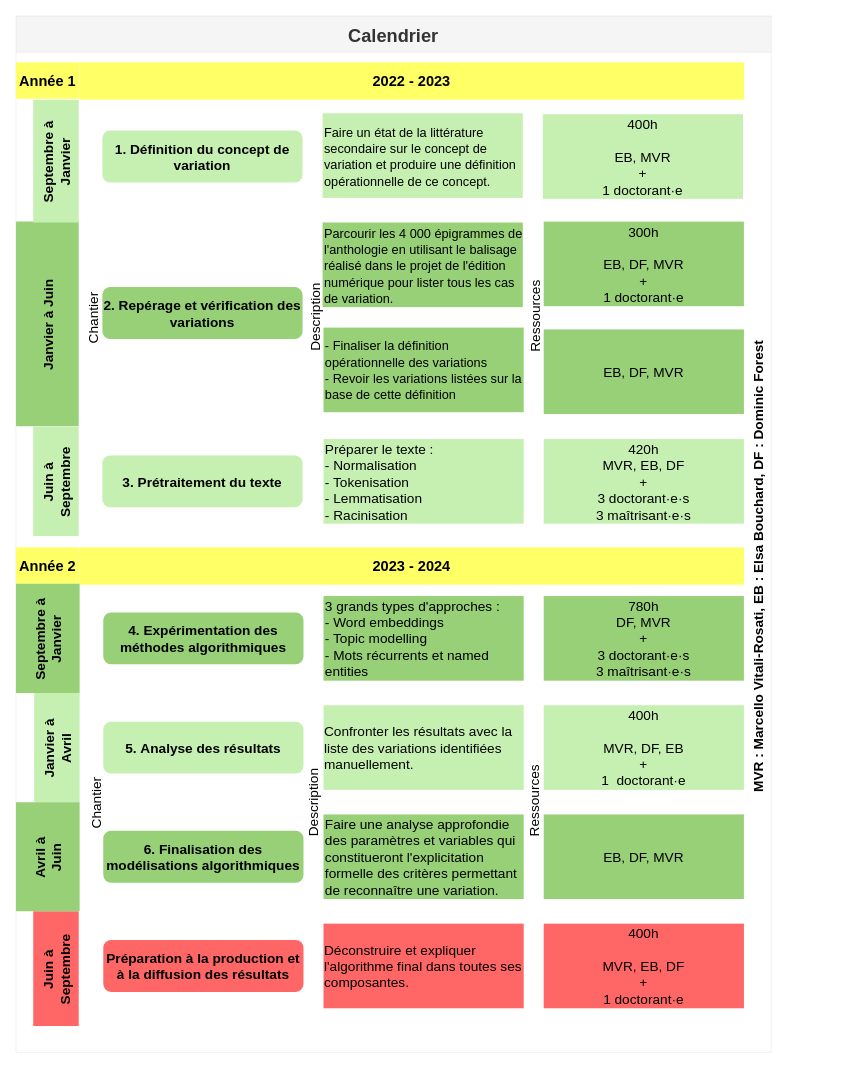
This is page "Page-1" (1 of 2) of test Diagram.drawio from RochDLY/drawAAP, a draw.io file, before an edit. Source tidied: cells renumbered, new cells numbered last; positions are measured from the earlier drawing's top-left corner, leaving out a move shared by most shapes. Both pictures are drawn from the tidied source at 91%, with x=0, y=0 at pixel (-115, 15).
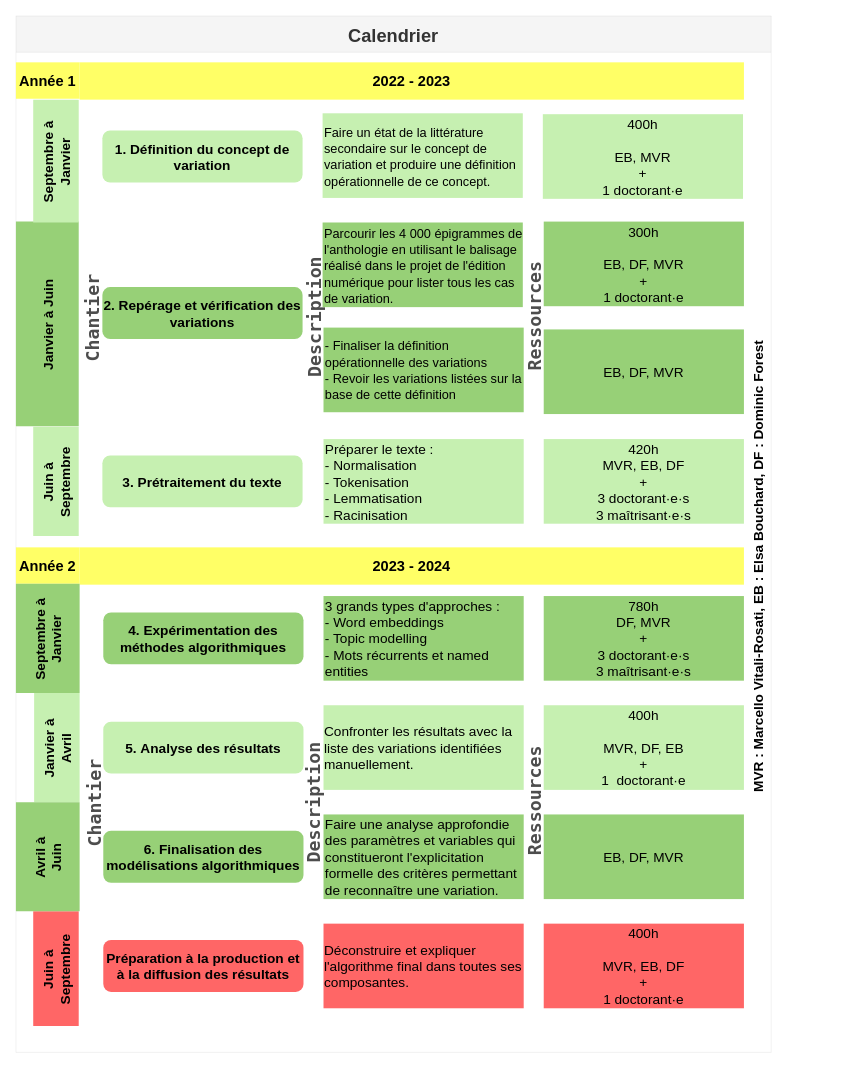
After the change.

Unchanged cells that the change refers to:
```xml
<mxCell id="23" value="Janvier à Juin" style="swimlane;horizontal=0;startSize=69;fontSize=15;strokeWidth=1;strokeColor=none;fillColor=#97D077;" parent="1" vertex="1">
  <mxGeometry x="143" y="226" width="800" height="225" as="geometry" />
</mxCell>
<mxCell id="36" value="Avril à&#10;Juin" style="swimlane;horizontal=0;startSize=70;fontSize=15;strokeWidth=1;strokeColor=none;fillColor=#97D077;" parent="1" vertex="1">
  <mxGeometry x="143" y="864" width="920" height="120" as="geometry" />
</mxCell>
```

The edit, as a diff of the source:
```diff
@@
-    <mxCell id="28" value="&lt;font style=&quot;font-size: 15px&quot;&gt;&lt;font style=&quot;font-size: 15px&quot;&gt;Ressources&lt;br&gt;&lt;/font&gt;&lt;/font&gt;" style="rounded=0;whiteSpace=wrap;html=1;strokeColor=none;rotation=-90;fillColor=none;" parent="23" vertex="1">
-      <mxGeometry x="342" y="94" width="457" height="20" as="geometry" />
+    <mxCell id="28" value="&lt;font style=&quot;font-size: 20px&quot; face=&quot;Lucida Console&quot; color=&quot;#4D4D4D&quot;&gt;&lt;b&gt;&lt;font style=&quot;font-size: 20px&quot;&gt;&lt;font style=&quot;font-size: 20px&quot;&gt;Ressources&lt;br&gt;&lt;/font&gt;&lt;/font&gt;&lt;/b&gt;&lt;/font&gt;" style="rounded=0;whiteSpace=wrap;html=1;strokeColor=none;rotation=-90;fillColor=none;" parent="23" vertex="1">
+      <mxGeometry x="341" y="94" width="457" height="20" as="geometry" />
     </mxCell>
-    <mxCell id="29" value="&lt;font style=&quot;font-size: 15px&quot;&gt;Description&lt;/font&gt;" style="rounded=0;whiteSpace=wrap;html=1;strokeColor=none;rotation=-90;fillColor=none;" parent="23" vertex="1">
-      <mxGeometry x="101" y="95" width="455" height="20" as="geometry" />
+    <mxCell id="29" value="&lt;font face=&quot;Lucida Console&quot;&gt;&lt;b&gt;&lt;font style=&quot;font-size: 20px&quot; color=&quot;#4D4D4D&quot;&gt;Description&lt;/font&gt;&lt;/b&gt;&lt;/font&gt;" style="rounded=0;whiteSpace=wrap;html=1;strokeColor=none;rotation=-90;fillColor=none;" parent="23" vertex="1">
+      <mxGeometry x="100" y="95" width="455" height="20" as="geometry" />
     </mxCell>
-    <mxCell id="30" value="&lt;font style=&quot;font-size: 15px&quot;&gt;Chantier&lt;/font&gt;" style="rounded=0;whiteSpace=wrap;html=1;strokeColor=none;rotation=-90;fillColor=none;" parent="23" vertex="1">
-      <mxGeometry x="-143" y="96" width="455" height="20" as="geometry" />
+    <mxCell id="30" value="&lt;font style=&quot;font-size: 20px&quot; face=&quot;Lucida Console&quot;&gt;&lt;b&gt;&lt;font style=&quot;font-size: 20px&quot; color=&quot;#4D4D4D&quot;&gt;Chantier&lt;/font&gt;&lt;/b&gt;&lt;/font&gt;" style="rounded=0;whiteSpace=wrap;html=1;strokeColor=none;rotation=-90;fillColor=none;" parent="23" vertex="1">
+      <mxGeometry x="-144" y="96" width="455" height="20" as="geometry" />
     </mxCell>
@@
-    <mxCell id="41" value="&lt;font style=&quot;font-size: 15px&quot;&gt;&lt;font style=&quot;font-size: 15px&quot;&gt;Ressources&lt;br&gt;&lt;/font&gt;&lt;/font&gt;" style="rounded=0;whiteSpace=wrap;html=1;strokeColor=none;rotation=-90;fillColor=none;" parent="36" vertex="1">
+    <mxCell id="41" value="&lt;font style=&quot;font-size: 20px&quot; face=&quot;Lucida Console&quot;&gt;&lt;font style=&quot;font-size: 20px&quot;&gt;&lt;font color=&quot;#4D4D4D&quot;&gt;&lt;b&gt;Ressources&lt;/b&gt;&lt;/font&gt;&lt;br&gt;&lt;/font&gt;&lt;/font&gt;" style="rounded=0;whiteSpace=wrap;html=1;strokeColor=none;rotation=-90;fillColor=none;" parent="36" vertex="1">
       <mxGeometry x="341.5" y="-11" width="455" height="20" as="geometry" />
     </mxCell>
-    <mxCell id="42" value="&lt;font style=&quot;font-size: 15px&quot;&gt;Description&lt;/font&gt;" style="rounded=0;whiteSpace=wrap;html=1;strokeColor=none;rotation=-90;fillColor=none;" parent="36" vertex="1">
+    <mxCell id="42" value="&lt;font face=&quot;Lucida Console&quot; color=&quot;#4D4D4D&quot;&gt;&lt;b&gt;&lt;font style=&quot;font-size: 20px&quot;&gt;Description&lt;/font&gt;&lt;/b&gt;&lt;/font&gt;" style="rounded=0;whiteSpace=wrap;html=1;strokeColor=none;rotation=-90;fillColor=none;" parent="36" vertex="1">
       <mxGeometry x="99" y="-9.5" width="455" height="20" as="geometry" />
     </mxCell>
-    <mxCell id="43" value="&lt;font style=&quot;font-size: 15px&quot;&gt;Chantier&lt;/font&gt;" style="rounded=0;whiteSpace=wrap;html=1;strokeColor=none;rotation=-90;fillColor=none;" parent="36" vertex="1">
-      <mxGeometry x="-140" y="-9" width="455" height="20" as="geometry" />
+    <mxCell id="43" value="&lt;font color=&quot;#4D4D4D&quot;&gt;&lt;b&gt;&lt;font style=&quot;font-size: 20px&quot; face=&quot;Lucida Console&quot;&gt;Chantier&lt;/font&gt;&lt;/b&gt;&lt;/font&gt;" style="rounded=0;whiteSpace=wrap;html=1;strokeColor=none;rotation=-90;fillColor=none;" parent="36" vertex="1">
+      <mxGeometry x="-141" y="-9" width="455" height="20" as="geometry" />
     </mxCell>
```
